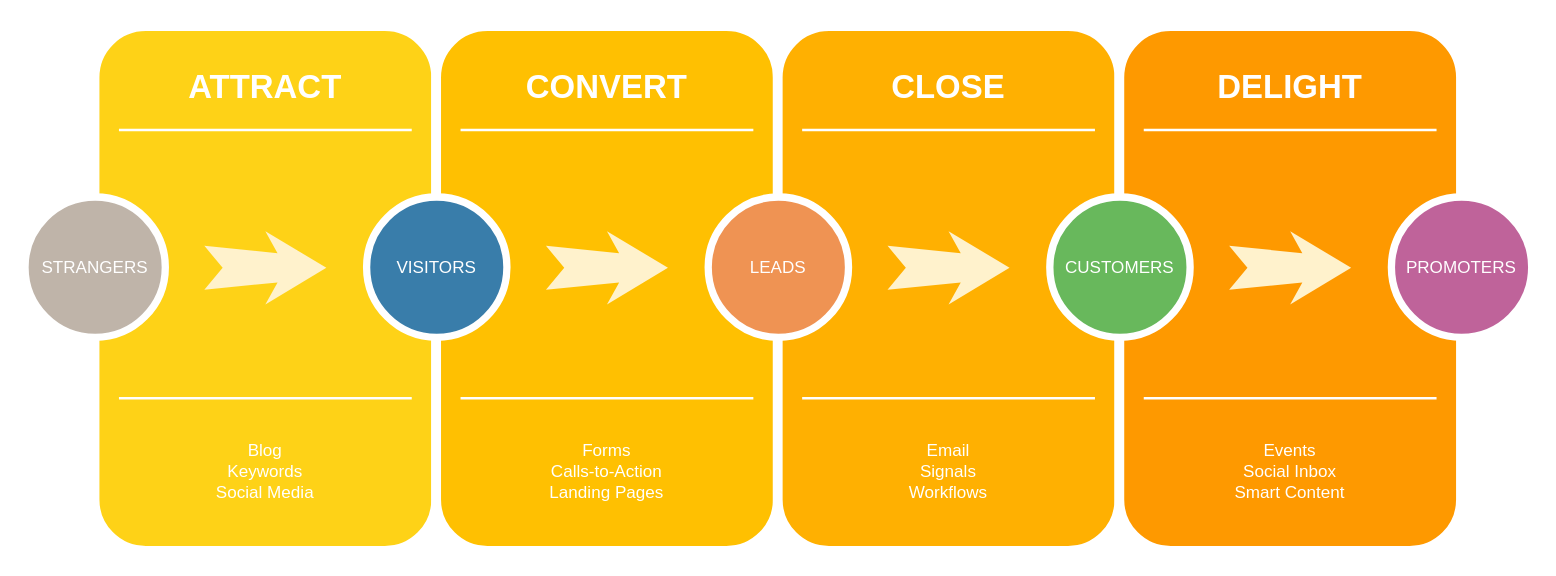
The draw.io diagram Digital-Asset-Start-with-System-Workflow.drawio in anwarul/architecture-diagram, before the edit. Source tidied: cells renumbered, new cells numbered last; positions are measured from the earlier drawing's top-left corner, leaving out a move shared by most shapes. Both pictures are drawn from the tidied source at 122%, with x=0, y=0 at pixel (24, 26).
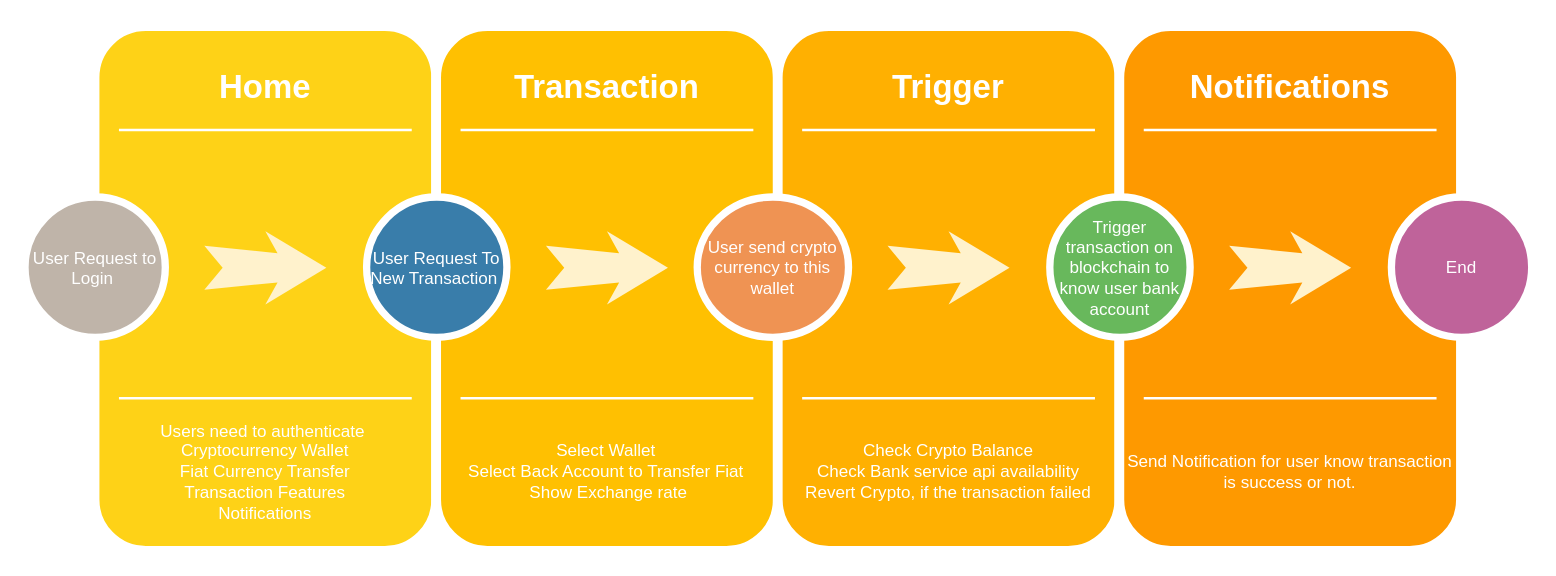
The same diagram, later.

Change to the diagram source:
```diff
@@
-    <mxCell id="3" value="ATTRACT" style="text;html=1;strokeColor=none;fillColor=none;align=center;verticalAlign=middle;whiteSpace=wrap;rounded=0;shadow=0;fontSize=27;fontColor=#FFFFFF;fontStyle=1;" parent="1" vertex="1">
+    <mxCell id="3" value="Home" style="text;html=1;strokeColor=none;fillColor=none;align=center;verticalAlign=middle;whiteSpace=wrap;rounded=0;shadow=0;fontSize=27;fontColor=#FFFFFF;fontStyle=1;" parent="1" vertex="1">
       <mxGeometry x="57" y="20" width="280" height="60" as="geometry" />
     </mxCell>
-    <mxCell id="4" value="Blog&lt;div&gt;Keywords&lt;/div&gt;&lt;div&gt;Social Media&lt;/div&gt;" style="text;html=1;strokeColor=none;fillColor=none;align=center;verticalAlign=middle;whiteSpace=wrap;rounded=0;shadow=0;fontSize=14;fontColor=#FFFFFF;" parent="1" vertex="1">
+    <mxCell id="4" value="Users need to authenticate&amp;nbsp;&lt;br&gt;Cryptocurrency Wallet &lt;br&gt;Fiat Currency Transfer&lt;br&gt;Transaction Features&lt;br&gt;Notifications&lt;br&gt;" style="text;html=1;strokeColor=none;fillColor=none;align=center;verticalAlign=middle;whiteSpace=wrap;rounded=0;shadow=0;fontSize=14;fontColor=#FFFFFF;" parent="1" vertex="1">
       <mxGeometry x="57" y="320" width="280" height="90" as="geometry" />
     </mxCell>
@@
-    <mxCell id="7" value="STRANGERS" style="ellipse;whiteSpace=wrap;html=1;rounded=0;shadow=0;strokeWidth=6;fontSize=14;align=center;fillColor=#BFB4A9;strokeColor=#FFFFFF;fontColor=#FFFFFF;" parent="1" vertex="1">
+    <mxCell id="7" value="User Request to Login&amp;nbsp;" style="ellipse;whiteSpace=wrap;html=1;rounded=0;shadow=0;strokeWidth=6;fontSize=14;align=center;fillColor=#BFB4A9;strokeColor=#FFFFFF;fontColor=#FFFFFF;" parent="1" vertex="1">
       <mxGeometry y="140" width="115" height="115" as="geometry" />
     </mxCell>
@@
-    <mxCell id="10" value="CONVERT" style="text;html=1;strokeColor=none;fillColor=none;align=center;verticalAlign=middle;whiteSpace=wrap;rounded=0;shadow=0;fontSize=27;fontColor=#FFFFFF;fontStyle=1;" parent="1" vertex="1">
+    <mxCell id="10" value="Transaction" style="text;html=1;strokeColor=none;fillColor=none;align=center;verticalAlign=middle;whiteSpace=wrap;rounded=0;shadow=0;fontSize=27;fontColor=#FFFFFF;fontStyle=1;" parent="1" vertex="1">
       <mxGeometry x="337" y="20" width="280" height="60" as="geometry" />
     </mxCell>
-    <mxCell id="11" value="Forms&lt;div&gt;Calls-to-Action&lt;/div&gt;&lt;div&gt;Landing Pages&lt;/div&gt;" style="text;html=1;strokeColor=none;fillColor=none;align=center;verticalAlign=middle;whiteSpace=wrap;rounded=0;shadow=0;fontSize=14;fontColor=#FFFFFF;" parent="1" vertex="1">
-      <mxGeometry x="337" y="320" width="280" height="90" as="geometry" />
+    <mxCell id="11" value="Select Wallet&lt;br&gt;Select Back Account to Transfer Fiat&lt;br&gt;&amp;nbsp;Show Exchange rate" style="text;html=1;strokeColor=none;fillColor=none;align=center;verticalAlign=middle;whiteSpace=wrap;rounded=0;shadow=0;fontSize=14;fontColor=#FFFFFF;" parent="1" vertex="1">
+      <mxGeometry x="346" y="320" width="261" height="90" as="geometry" />
     </mxCell>
@@
-    <mxCell id="14" value="VISITORS" style="ellipse;whiteSpace=wrap;html=1;rounded=0;shadow=0;strokeWidth=6;fontSize=14;align=center;fillColor=#397DAA;strokeColor=#FFFFFF;fontColor=#FFFFFF;" parent="1" vertex="1">
+    <mxCell id="14" value="User Request To New Transaction&amp;nbsp;" style="ellipse;whiteSpace=wrap;html=1;rounded=0;shadow=0;strokeWidth=6;fontSize=14;align=center;fillColor=#397DAA;strokeColor=#FFFFFF;fontColor=#FFFFFF;" parent="1" vertex="1">
       <mxGeometry x="280" y="140" width="115" height="115" as="geometry" />
     </mxCell>
@@
-    <mxCell id="17" value="CLOSE" style="text;html=1;strokeColor=none;fillColor=none;align=center;verticalAlign=middle;whiteSpace=wrap;rounded=0;shadow=0;fontSize=27;fontColor=#FFFFFF;fontStyle=1;" parent="1" vertex="1">
+    <mxCell id="17" value="Trigger" style="text;html=1;strokeColor=none;fillColor=none;align=center;verticalAlign=middle;whiteSpace=wrap;rounded=0;shadow=0;fontSize=27;fontColor=#FFFFFF;fontStyle=1;" parent="1" vertex="1">
       <mxGeometry x="617" y="20" width="280" height="60" as="geometry" />
     </mxCell>
-    <mxCell id="18" value="Email&lt;div&gt;Signals&lt;/div&gt;&lt;div&gt;Workflows&lt;/div&gt;" style="text;html=1;strokeColor=none;fillColor=none;align=center;verticalAlign=middle;whiteSpace=wrap;rounded=0;shadow=0;fontSize=14;fontColor=#FFFFFF;" parent="1" vertex="1">
+    <mxCell id="18" value="Check Crypto Balance&lt;br&gt;Check Bank service api availability&lt;br&gt;Revert Crypto, if the transaction failed" style="text;html=1;strokeColor=none;fillColor=none;align=center;verticalAlign=middle;whiteSpace=wrap;rounded=0;shadow=0;fontSize=14;fontColor=#FFFFFF;" parent="1" vertex="1">
       <mxGeometry x="617" y="320" width="280" height="90" as="geometry" />
     </mxCell>
@@
-    <mxCell id="21" value="LEADS" style="ellipse;whiteSpace=wrap;html=1;rounded=0;shadow=0;strokeWidth=6;fontSize=14;align=center;fillColor=#EF9353;strokeColor=#FFFFFF;fontColor=#FFFFFF;" parent="1" vertex="1">
-      <mxGeometry x="560" y="140" width="115" height="115" as="geometry" />
+    <mxCell id="21" value="User send crypto currency to this wallet" style="ellipse;whiteSpace=wrap;html=1;rounded=0;shadow=0;strokeWidth=6;fontSize=14;align=center;fillColor=#EF9353;strokeColor=#FFFFFF;fontColor=#FFFFFF;" parent="1" vertex="1">
+      <mxGeometry x="551" y="140" width="124" height="115" as="geometry" />
     </mxCell>
@@
-    <mxCell id="24" value="DELIGHT" style="text;html=1;strokeColor=none;fillColor=none;align=center;verticalAlign=middle;whiteSpace=wrap;rounded=0;shadow=0;fontSize=27;fontColor=#FFFFFF;fontStyle=1;" parent="1" vertex="1">
+    <mxCell id="24" value="Notifications" style="text;html=1;strokeColor=none;fillColor=none;align=center;verticalAlign=middle;whiteSpace=wrap;rounded=0;shadow=0;fontSize=27;fontColor=#FFFFFF;fontStyle=1;" parent="1" vertex="1">
       <mxGeometry x="897" y="20" width="280" height="60" as="geometry" />
     </mxCell>
-    <mxCell id="25" value="Events&lt;div&gt;Social Inbox&lt;/div&gt;&lt;div&gt;Smart Content&lt;/div&gt;" style="text;html=1;strokeColor=none;fillColor=none;align=center;verticalAlign=middle;whiteSpace=wrap;rounded=0;shadow=0;fontSize=14;fontColor=#FFFFFF;" parent="1" vertex="1">
+    <mxCell id="25" value="Send Notification for user know transaction is success or not." style="text;html=1;strokeColor=none;fillColor=none;align=center;verticalAlign=middle;whiteSpace=wrap;rounded=0;shadow=0;fontSize=14;fontColor=#FFFFFF;" parent="1" vertex="1">
       <mxGeometry x="897" y="320" width="280" height="90" as="geometry" />
     </mxCell>
@@
-    <mxCell id="28" value="CUSTOMERS" style="ellipse;whiteSpace=wrap;html=1;rounded=0;shadow=0;strokeWidth=6;fontSize=14;align=center;fillColor=#68B85C;strokeColor=#FFFFFF;fontColor=#FFFFFF;" parent="1" vertex="1">
+    <mxCell id="28" value="Trigger transaction on blockchain to know user bank account" style="ellipse;whiteSpace=wrap;html=1;rounded=0;shadow=0;strokeWidth=6;fontSize=14;align=center;fillColor=#68B85C;strokeColor=#FFFFFF;fontColor=#FFFFFF;" parent="1" vertex="1">
       <mxGeometry x="840" y="140" width="115" height="115" as="geometry" />
     </mxCell>
@@
-    <mxCell id="30" value="PROMOTERS" style="ellipse;whiteSpace=wrap;html=1;rounded=0;shadow=0;strokeWidth=6;fontSize=14;align=center;fillColor=#BF639A;strokeColor=#FFFFFF;fontColor=#FFFFFF;" parent="1" vertex="1">
+    <mxCell id="30" value="End" style="ellipse;whiteSpace=wrap;html=1;rounded=0;shadow=0;strokeWidth=6;fontSize=14;align=center;fillColor=#BF639A;strokeColor=#FFFFFF;fontColor=#FFFFFF;" parent="1" vertex="1">
       <mxGeometry x="1120" y="140" width="115" height="115" as="geometry" />
     </mxCell>
```
